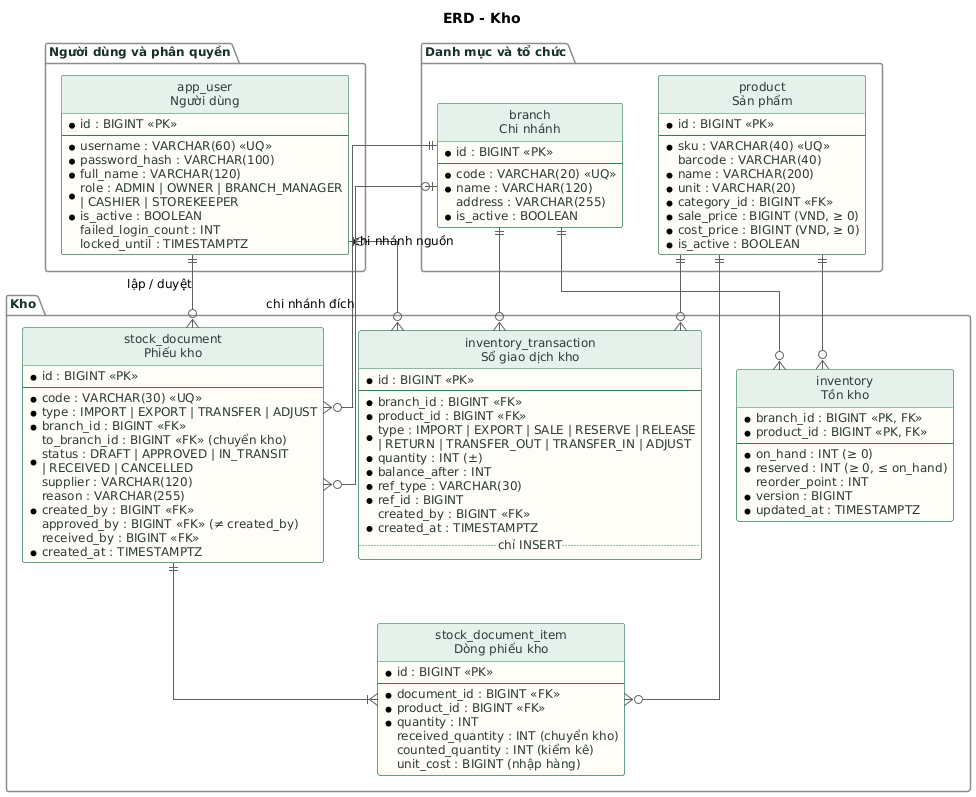
Above: docs/design/erd/png/02-erd-kho.png in NguyenDokhai2005/GreenMart (PlantUML), before the change. Its diagram source:
```plantuml
@startuml 02-erd-kho

skinparam defaultFontName "DejaVu Sans"
skinparam defaultFontSize 12
skinparam shadowing false
skinparam linetype ortho
skinparam ArrowColor #5C6360
skinparam class {
  BackgroundColor #FFFDF8
  BorderColor #2F7D5B
  HeaderBackgroundColor #E7F1EB
  FontColor #16302B
  AttributeFontColor #2B3A35
}
skinparam package {
  BorderColor #8A8F8C
  FontColor #16302B
}
hide circle
hide methods
hide stereotype
title ERD - Kho

package "Danh mục và tổ chức" {
  entity "branch\nChi nhánh" as branch {
    * id : BIGINT <<PK>>
    --
    * code : VARCHAR(20) <<UQ>>
    * name : VARCHAR(120)
    address : VARCHAR(255)
    * is_active : BOOLEAN
  }
  entity "product\nSản phẩm" as product {
    * id : BIGINT <<PK>>
    --
    * sku : VARCHAR(40) <<UQ>>
    barcode : VARCHAR(40)
    * name : VARCHAR(200)
    * unit : VARCHAR(20)
    * category_id : BIGINT <<FK>>
    * sale_price : BIGINT (VND, ≥ 0)
    * cost_price : BIGINT (VND, ≥ 0)
    * is_active : BOOLEAN
  }
}
package "Người dùng và phân quyền" {
  entity "app_user\nNgười dùng" as app_user {
    * id : BIGINT <<PK>>
    --
    * username : VARCHAR(60) <<UQ>>
    * password_hash : VARCHAR(100)
    * full_name : VARCHAR(120)
    * role : ADMIN | OWNER | BRANCH_MANAGER\n| CASHIER | STOREKEEPER
    * is_active : BOOLEAN
    failed_login_count : INT
    locked_until : TIMESTAMPTZ
  }
}
package "Kho" {
  entity "inventory\nTồn kho" as inventory {
    * branch_id : BIGINT <<PK, FK>>
    * product_id : BIGINT <<PK, FK>>
    --
    * on_hand : INT (≥ 0)
    * reserved : INT (≥ 0, ≤ on_hand)
    reorder_point : INT
    * version : BIGINT
    * updated_at : TIMESTAMPTZ
  }
  entity "inventory_transaction\nSổ giao dịch kho" as inv_tx {
    * id : BIGINT <<PK>>
    --
    * branch_id : BIGINT <<FK>>
    * product_id : BIGINT <<FK>>
    * type : IMPORT | EXPORT | SALE | RESERVE | RELEASE\n| RETURN | TRANSFER_OUT | TRANSFER_IN | ADJUST
    * quantity : INT (±)
    * balance_after : INT
    * ref_type : VARCHAR(30)
    * ref_id : BIGINT
    created_by : BIGINT <<FK>>
    * created_at : TIMESTAMPTZ
    .. chỉ INSERT ..
  }
  entity "stock_document\nPhiếu kho" as stock_doc {
    * id : BIGINT <<PK>>
    --
    * code : VARCHAR(30) <<UQ>>
    * type : IMPORT | EXPORT | TRANSFER | ADJUST
    * branch_id : BIGINT <<FK>>
    to_branch_id : BIGINT <<FK>> (chuyển kho)
    * status : DRAFT | APPROVED | IN_TRANSIT\n| RECEIVED | CANCELLED
    supplier : VARCHAR(120)
    reason : VARCHAR(255)
    * created_by : BIGINT <<FK>>
    approved_by : BIGINT <<FK>> (≠ created_by)
    received_by : BIGINT <<FK>>
    * created_at : TIMESTAMPTZ
  }
  entity "stock_document_item\nDòng phiếu kho" as stock_item {
    * id : BIGINT <<PK>>
    --
    * document_id : BIGINT <<FK>>
    * product_id : BIGINT <<FK>>
    * quantity : INT
    received_quantity : INT (chuyển kho)
    counted_quantity : INT (kiểm kê)
    unit_cost : BIGINT (nhập hàng)
  }
}
branch ||--o{ inventory
product ||--o{ inventory
branch ||--o{ inv_tx
product ||--o{ inv_tx
app_user |o--o{ inv_tx
branch ||--o{ stock_doc : chi nhánh nguồn
branch |o--o{ stock_doc : chi nhánh đích
app_user ||--o{ stock_doc : lập / duyệt
stock_doc ||--|{ stock_item
product ||--o{ stock_item
@enduml
```
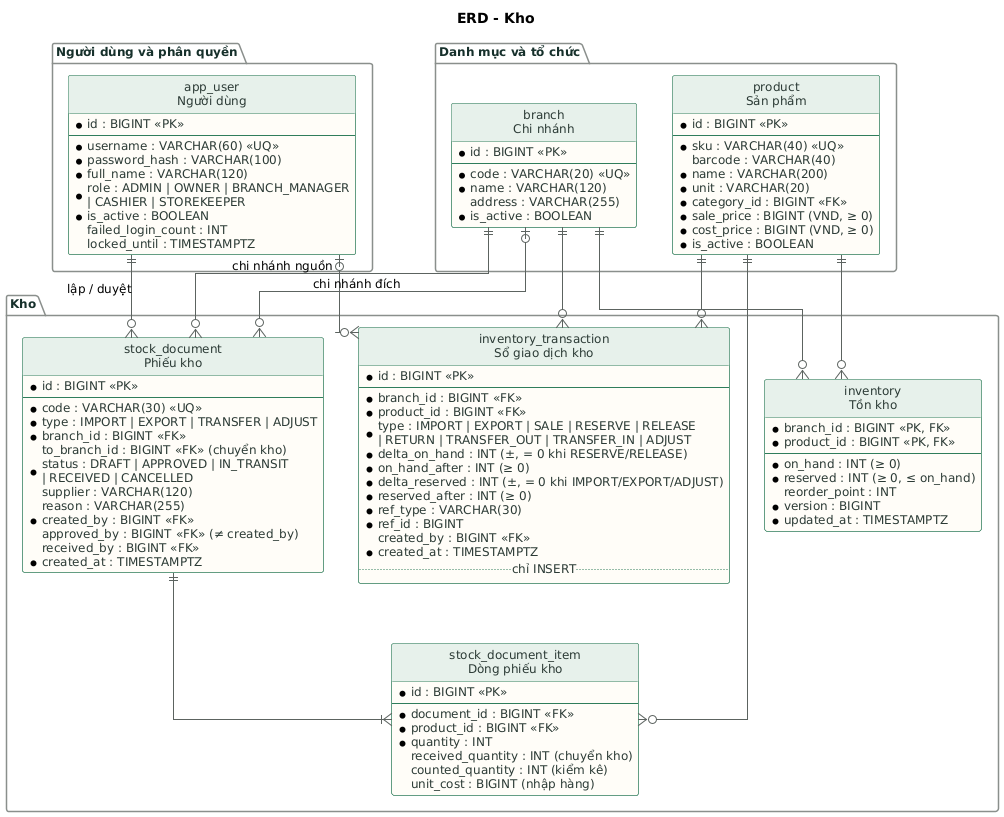
After the commit.

Commit message:
docs: cập nhật ERD, SRS 7.1 và openapi v1.1 cho sổ giao dịch kho theo delta (#9)

Diff of the diagram source:
```diff
@@ -73,8 +73,10 @@
     * branch_id : BIGINT <<FK>>
     * product_id : BIGINT <<FK>>
     * type : IMPORT | EXPORT | SALE | RESERVE | RELEASE\n| RETURN | TRANSFER_OUT | TRANSFER_IN | ADJUST
-    * quantity : INT (±)
-    * balance_after : INT
+    * delta_on_hand : INT (±, = 0 khi RESERVE/RELEASE)
+    * on_hand_after : INT (≥ 0)
+    * delta_reserved : INT (±, = 0 khi IMPORT/EXPORT/ADJUST)
+    * reserved_after : INT (≥ 0)
     * ref_type : VARCHAR(30)
     * ref_id : BIGINT
     created_by : BIGINT <<FK>>
```
